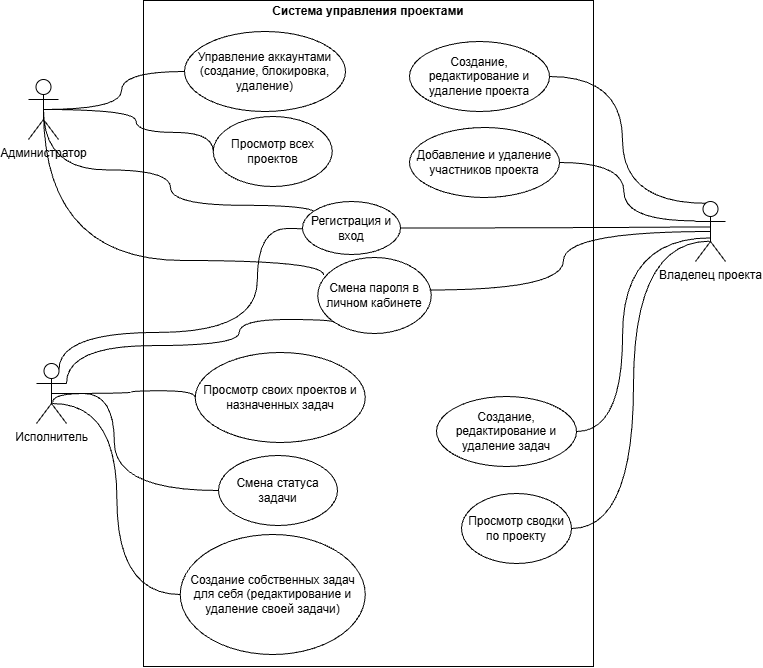
IlyaKirichenko/project-manager keeps this draw.io diagram as Диаграмма прецедентов КП.drawio.png. Above is the earlier version. Source tidied: cells renumbered, new cells last; positions are measured from the earlier drawing's top-left corner, leaving out a move shared by most shapes.
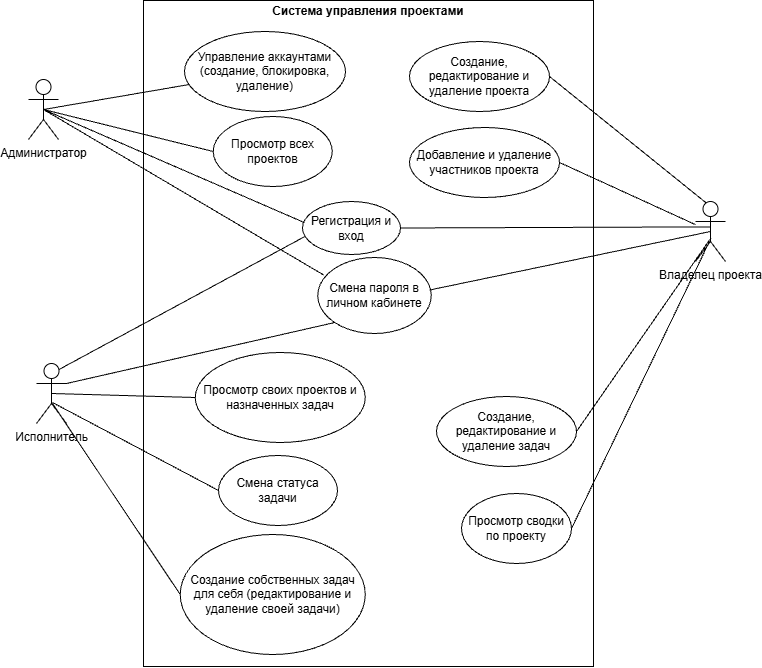
Later version of the same file.

What changed in the source:
```diff
@@ -2,150 +2,96 @@
   <root>
     <mxCell id="0" />
     <mxCell id="1" parent="0" />
-    <mxCell id="2" value="&lt;p style=&quot;margin:0px;margin-top:4px;text-align:center;&quot;&gt;&lt;b&gt;Система управления проектами&lt;/b&gt;&lt;/p&gt;" style="verticalAlign=top;align=left;overflow=fill;html=1;whiteSpace=wrap;strokeColor=default;" parent="1" vertex="1">
+    <mxCell id="2" value="&lt;p style=&quot;margin:0px;margin-top:4px;text-align:center;&quot;&gt;&lt;b&gt;Система управления проектами&lt;/b&gt;&lt;/p&gt;" style="verticalAlign=top;align=left;overflow=fill;html=1;whiteSpace=wrap;labelBackgroundColor=none;" parent="1" vertex="1">
       <mxGeometry x="115" width="450" height="666" as="geometry" />
     </mxCell>
-    <mxCell id="3" style="edgeStyle=orthogonalEdgeStyle;rounded=0;jettySize=auto;html=1;exitX=0.5;exitY=0.5;exitDx=0;exitDy=0;exitPerimeter=0;defaultLabelBackgroundColor=page;labelPadding=0 4;startArrow=none;startFill=0;endArrow=none;endFill=0;curved=1;curveGeometry=1;" parent="1" edge="1" source="7" target="14">
+    <mxCell id="3" style="rounded=0;jettySize=auto;html=1;exitX=0.5;exitY=0.5;exitDx=0;exitDy=0;exitPerimeter=0;defaultLabelBackgroundColor=page;labelPadding=0 4;startArrow=none;startFill=0;endArrow=none;endFill=0;curved=1;curveGeometry=1;fontColor=default;" parent="1" edge="1" source="7" target="14">
       <mxGeometry relative="1" as="geometry" />
     </mxCell>
-    <mxCell id="4" style="edgeStyle=orthogonalEdgeStyle;rounded=0;jettySize=auto;html=1;exitX=0.5;exitY=0.5;exitDx=0;exitDy=0;exitPerimeter=0;entryX=0;entryY=0.5;entryDx=0;entryDy=0;defaultLabelBackgroundColor=page;labelPadding=0 4;curved=1;curveGeometry=1;endArrow=none;endFill=0;" parent="1" edge="1" source="7" target="15">
-      <mxGeometry relative="1" as="geometry">
-        <Array as="points">
-          <mxPoint x="107.4" y="109" />
-          <mxPoint x="107.4" y="131.9" />
-          <mxPoint x="184.8" y="131.9" />
-        </Array>
-      </mxGeometry>
+    <mxCell id="4" style="rounded=0;jettySize=auto;html=1;exitX=0.5;exitY=0.5;exitDx=0;exitDy=0;exitPerimeter=0;entryX=0;entryY=0.5;entryDx=0;entryDy=0;defaultLabelBackgroundColor=page;labelPadding=0 4;curved=1;curveGeometry=1;endArrow=none;endFill=0;fontColor=default;" parent="1" edge="1" source="7" target="15">
+      <mxGeometry relative="1" as="geometry" />
     </mxCell>
-    <mxCell id="5" style="edgeStyle=orthogonalEdgeStyle;rounded=0;jettySize=auto;html=1;exitX=0.5;exitY=0.5;exitDx=0;exitDy=0;exitPerimeter=0;defaultLabelBackgroundColor=page;labelPadding=0 4;endArrow=none;endFill=0;curved=1;curveGeometry=1;entryX=0.018;entryY=0.397;entryDx=0;entryDy=0;entryPerimeter=0;" parent="1" edge="1" source="7" target="28">
-      <mxGeometry relative="1" as="geometry">
-        <Array as="points">
-          <mxPoint x="15" y="169.4" />
-          <mxPoint x="142" y="169.4" />
-          <mxPoint x="142" y="204.8" />
-          <mxPoint x="287.8" y="204.8" />
-        </Array>
-      </mxGeometry>
+    <mxCell id="5" style="rounded=0;jettySize=auto;html=1;exitX=0.5;exitY=0.5;exitDx=0;exitDy=0;exitPerimeter=0;defaultLabelBackgroundColor=page;labelPadding=0 4;endArrow=none;endFill=0;curved=1;curveGeometry=1;entryX=0.018;entryY=0.397;entryDx=0;entryDy=0;entryPerimeter=0;fontColor=default;" parent="1" edge="1" source="7" target="28">
+      <mxGeometry relative="1" as="geometry" />
     </mxCell>
-    <mxCell id="6" style="edgeStyle=orthogonalEdgeStyle;rounded=0;jettySize=auto;html=1;exitX=0.5;exitY=0.5;exitDx=0;exitDy=0;exitPerimeter=0;entryX=0.052;entryY=0.23;entryDx=0;entryDy=0;defaultLabelBackgroundColor=page;labelPadding=0 4;curved=1;curveGeometry=1;endArrow=none;endFill=0;entryPerimeter=0;" parent="1" edge="1" source="7" target="29">
-      <mxGeometry x="0.09" relative="1" as="geometry">
-        <Array as="points">
-          <mxPoint x="15" y="260" />
-          <mxPoint x="295.2" y="260" />
-        </Array>
-      </mxGeometry>
+    <mxCell id="6" style="rounded=0;jettySize=auto;html=1;exitX=0.5;exitY=0.5;exitDx=0;exitDy=0;exitPerimeter=0;entryX=0.052;entryY=0.23;entryDx=0;entryDy=0;defaultLabelBackgroundColor=page;labelPadding=0 4;curved=1;curveGeometry=1;endArrow=none;endFill=0;entryPerimeter=0;fontColor=default;" parent="1" edge="1" source="7" target="29">
+      <mxGeometry x="0.09" relative="1" as="geometry" />
     </mxCell>
-    <mxCell id="7" value="Администратор" style="shape=umlActor;verticalLabelPosition=bottom;verticalAlign=top;html=1;labelPerimeter=1;" parent="1" vertex="1">
+    <mxCell id="7" value="Администратор" style="shape=umlActor;verticalLabelPosition=bottom;verticalAlign=top;html=1;labelPerimeter=1;labelBackgroundColor=none;" parent="1" vertex="1">
       <mxGeometry y="79" width="30" height="60" as="geometry" />
     </mxCell>
-    <mxCell id="8" style="edgeStyle=orthogonalEdgeStyle;rounded=0;jettySize=auto;html=1;exitX=0.373;exitY=0.03;exitDx=0;exitDy=0;exitPerimeter=0;entryX=1;entryY=0.5;entryDx=0;entryDy=0;defaultLabelBackgroundColor=page;labelPadding=0 4;endArrow=none;endFill=0;curved=1;curveGeometry=1;" parent="1" edge="1" source="9" target="16">
+    <mxCell id="8" style="rounded=0;jettySize=auto;html=1;exitX=0.373;exitY=0.03;exitDx=0;exitDy=0;exitPerimeter=0;entryX=1;entryY=0.5;entryDx=0;entryDy=0;defaultLabelBackgroundColor=page;labelPadding=0 4;endArrow=none;endFill=0;curved=1;curveGeometry=1;fontColor=default;" parent="1" edge="1" source="9" target="16">
       <mxGeometry relative="1" as="geometry" />
     </mxCell>
-    <mxCell id="9" value="Владелец проекта" style="shape=umlActor;verticalLabelPosition=bottom;verticalAlign=top;html=1;labelPerimeter=1;" parent="1" vertex="1">
+    <mxCell id="9" value="Владелец проекта" style="shape=umlActor;verticalLabelPosition=bottom;verticalAlign=top;html=1;labelPerimeter=1;labelBackgroundColor=none;" parent="1" vertex="1">
       <mxGeometry x="667" y="201" width="30" height="60" as="geometry" />
     </mxCell>
-    <mxCell id="10" style="edgeStyle=orthogonalEdgeStyle;rounded=0;jettySize=auto;html=1;exitX=0.5;exitY=0.5;exitDx=0;exitDy=0;exitPerimeter=0;entryX=0;entryY=0.5;entryDx=0;entryDy=0;defaultLabelBackgroundColor=page;labelPadding=0 4;endArrow=none;endFill=0;curved=1;curveGeometry=1;" parent="1" edge="1" source="13" target="22">
-      <mxGeometry relative="1" as="geometry">
-        <Array as="points">
-          <mxPoint x="102.4" y="393" />
-          <mxPoint x="102.4" y="390.3" />
-          <mxPoint x="166.8" y="390.3" />
-        </Array>
-      </mxGeometry>
+    <mxCell id="10" style="rounded=0;jettySize=auto;html=1;exitX=0.5;exitY=0.5;exitDx=0;exitDy=0;exitPerimeter=0;entryX=0;entryY=0.5;entryDx=0;entryDy=0;defaultLabelBackgroundColor=page;labelPadding=0 4;endArrow=none;endFill=0;curved=1;curveGeometry=1;fontColor=default;" parent="1" edge="1" source="13" target="22">
+      <mxGeometry relative="1" as="geometry" />
     </mxCell>
-    <mxCell id="11" style="edgeStyle=orthogonalEdgeStyle;rounded=0;jettySize=auto;html=1;exitX=1;exitY=0.3333333333333333;exitDx=0;exitDy=0;exitPerimeter=0;entryX=0;entryY=1;entryDx=0;entryDy=0;defaultLabelBackgroundColor=page;labelPadding=0 4;endArrow=none;endFill=0;curved=1;curveGeometry=1;" parent="1" edge="1" source="13" target="29">
-      <mxGeometry relative="1" as="geometry">
-        <Array as="points">
-          <mxPoint x="38" y="345.1" />
-          <mxPoint x="210.7" y="345.1" />
-          <mxPoint x="210.7" y="319" />
-          <mxPoint x="306.1" y="319" />
-        </Array>
-      </mxGeometry>
+    <mxCell id="11" style="rounded=0;jettySize=auto;html=1;exitX=1;exitY=0.3333333333333333;exitDx=0;exitDy=0;exitPerimeter=0;entryX=0;entryY=1;entryDx=0;entryDy=0;defaultLabelBackgroundColor=page;labelPadding=0 4;endArrow=none;endFill=0;curved=1;curveGeometry=1;fontColor=default;" parent="1" edge="1" source="13" target="29">
+      <mxGeometry relative="1" as="geometry" />
     </mxCell>
-    <mxCell id="12" style="rounded=0;jettySize=auto;html=1;exitX=0.75;exitY=0.1;exitDx=0;exitDy=0;exitPerimeter=0;entryX=0.024;entryY=0.661;entryDx=0;entryDy=0;defaultLabelBackgroundColor=page;labelPadding=0 4;endArrow=none;endFill=0;edgeStyle=orthogonalEdgeStyle;curved=1;curveGeometry=1;entryPerimeter=0;" parent="1" edge="1" source="13" target="28">
-      <mxGeometry x="0.18" relative="1" as="geometry">
-        <Array as="points">
-          <mxPoint x="30.5" y="331.9" />
-          <mxPoint x="228.8" y="331.9" />
-          <mxPoint x="228.8" y="228" />
-          <mxPoint x="288.4" y="228" />
-        </Array>
-      </mxGeometry>
+    <mxCell id="12" style="rounded=0;jettySize=auto;html=1;exitX=0.75;exitY=0.1;exitDx=0;exitDy=0;exitPerimeter=0;entryX=0.024;entryY=0.661;entryDx=0;entryDy=0;defaultLabelBackgroundColor=page;labelPadding=0 4;endArrow=none;endFill=0;curved=1;curveGeometry=1;entryPerimeter=0;fontColor=default;" parent="1" edge="1" source="13" target="28">
+      <mxGeometry x="0.18" relative="1" as="geometry" />
     </mxCell>
-    <mxCell id="13" value="Исполнитель" style="shape=umlActor;verticalLabelPosition=bottom;verticalAlign=top;html=1;labelPerimeter=1;" parent="1" vertex="1">
+    <mxCell id="13" value="Исполнитель" style="shape=umlActor;verticalLabelPosition=bottom;verticalAlign=top;html=1;labelPerimeter=1;labelBackgroundColor=none;" parent="1" vertex="1">
       <mxGeometry x="8" y="363" width="30" height="60" as="geometry" />
     </mxCell>
-    <mxCell id="14" value="Управление аккаунтами (создание, блокировка, удаление)" style="ellipse;whiteSpace=wrap;html=1;" parent="1" vertex="1">
+    <mxCell id="14" value="Управление аккаунтами (создание, блокировка, удаление)" style="ellipse;whiteSpace=wrap;html=1;labelBackgroundColor=none;" parent="1" vertex="1">
       <mxGeometry x="156" y="31" width="161" height="80" as="geometry" />
     </mxCell>
-    <mxCell id="15" value="Просмотр всех проектов" style="ellipse;whiteSpace=wrap;html=1;" parent="1" vertex="1">
+    <mxCell id="15" value="Просмотр всех проектов" style="ellipse;whiteSpace=wrap;html=1;labelBackgroundColor=none;" parent="1" vertex="1">
       <mxGeometry x="184.8" y="116" width="119" height="70" as="geometry" />
     </mxCell>
-    <mxCell id="16" value="Создание, редактирование и удаление проекта" style="ellipse;whiteSpace=wrap;html=1;" parent="1" vertex="1">
+    <mxCell id="16" value="Создание, редактирование и удаление проекта" style="ellipse;whiteSpace=wrap;html=1;labelBackgroundColor=none;" parent="1" vertex="1">
       <mxGeometry x="381" y="41" width="140" height="70" as="geometry" />
     </mxCell>
-    <mxCell id="17" style="edgeStyle=orthogonalEdgeStyle;rounded=0;jettySize=auto;html=1;entryX=1;entryY=0.5;entryDx=0;entryDy=0;defaultLabelBackgroundColor=page;labelPadding=0 4;endArrow=none;endFill=0;curved=1;curveGeometry=1;" parent="1" edge="1" source="9" target="18">
-      <mxGeometry relative="1" as="geometry">
-        <Array as="points">
-          <mxPoint x="595.4" y="220.4" />
-          <mxPoint x="595.4" y="162" />
-        </Array>
-      </mxGeometry>
+    <mxCell id="17" style="rounded=0;jettySize=auto;html=1;entryX=1;entryY=0.5;entryDx=0;entryDy=0;defaultLabelBackgroundColor=page;labelPadding=0 4;endArrow=none;endFill=0;curved=1;curveGeometry=1;fontColor=default;" parent="1" edge="1" source="9" target="18">
+      <mxGeometry relative="1" as="geometry" />
     </mxCell>
-    <mxCell id="18" value="Добавление и удаление участников проекта" style="ellipse;whiteSpace=wrap;html=1;" parent="1" vertex="1">
+    <mxCell id="18" value="Добавление и удаление участников проекта" style="ellipse;whiteSpace=wrap;html=1;labelBackgroundColor=none;" parent="1" vertex="1">
       <mxGeometry x="381" y="127" width="150" height="70" as="geometry" />
     </mxCell>
-    <mxCell id="19" value="Создание, редактирование и удаление задач" style="ellipse;whiteSpace=wrap;html=1;" parent="1" vertex="1">
+    <mxCell id="19" value="Создание, редактирование и удаление задач" style="ellipse;whiteSpace=wrap;html=1;labelBackgroundColor=none;" parent="1" vertex="1">
       <mxGeometry x="408" y="396" width="140" height="70" as="geometry" />
     </mxCell>
-    <mxCell id="20" style="edgeStyle=orthogonalEdgeStyle;rounded=0;jettySize=auto;html=1;exitX=0.469;exitY=0.662;exitDx=0;exitDy=0;exitPerimeter=0;entryX=1;entryY=0.5;entryDx=0;entryDy=0;defaultLabelBackgroundColor=page;labelPadding=0 4;endArrow=none;endFill=0;curved=1;curveGeometry=1;" parent="1" edge="1" source="9" target="21">
+    <mxCell id="20" style="rounded=0;jettySize=auto;html=1;exitX=0.469;exitY=0.662;exitDx=0;exitDy=0;exitPerimeter=0;entryX=1;entryY=0.5;entryDx=0;entryDy=0;defaultLabelBackgroundColor=page;labelPadding=0 4;endArrow=none;endFill=0;curved=1;curveGeometry=1;fontColor=default;" parent="1" edge="1" source="9" target="21">
       <mxGeometry relative="1" as="geometry" />
     </mxCell>
-    <mxCell id="21" value="Просмотр сводки по проекту" style="ellipse;whiteSpace=wrap;html=1;" parent="1" vertex="1">
+    <mxCell id="21" value="Просмотр сводки по проекту" style="ellipse;whiteSpace=wrap;html=1;labelBackgroundColor=none;" parent="1" vertex="1">
       <mxGeometry x="433" y="493" width="110" height="70" as="geometry" />
     </mxCell>
-    <mxCell id="22" value="Просмотр своих проектов и назначенных задач" style="ellipse;whiteSpace=wrap;html=1;" parent="1" vertex="1">
+    <mxCell id="22" value="Просмотр своих проектов и назначенных задач" style="ellipse;whiteSpace=wrap;html=1;labelBackgroundColor=none;" parent="1" vertex="1">
       <mxGeometry x="166.8" y="352" width="170" height="90" as="geometry" />
     </mxCell>
-    <mxCell id="23" style="edgeStyle=orthogonalEdgeStyle;rounded=0;jettySize=auto;html=1;exitX=0.533;exitY=0.65;exitDx=0;exitDy=0;exitPerimeter=0;entryX=0;entryY=0.5;entryDx=0;entryDy=0;defaultLabelBackgroundColor=page;labelPadding=0 4;endArrow=none;endFill=0;curved=1;curveGeometry=1;" parent="1" edge="1" source="13" target="24">
-      <mxGeometry relative="1" as="geometry">
-        <Array as="points">
-          <mxPoint x="23" y="393" />
-          <mxPoint x="85.8" y="393" />
-          <mxPoint x="85.8" y="368" />
-        </Array>
-      </mxGeometry>
+    <mxCell id="23" style="rounded=0;jettySize=auto;html=1;exitX=0.533;exitY=0.65;exitDx=0;exitDy=0;exitPerimeter=0;entryX=0;entryY=0.5;entryDx=0;entryDy=0;defaultLabelBackgroundColor=page;labelPadding=0 4;endArrow=none;endFill=0;curved=1;curveGeometry=1;fontColor=default;" parent="1" edge="1" source="13" target="24">
+      <mxGeometry relative="1" as="geometry" />
     </mxCell>
-    <mxCell id="24" value="Смена статуса задачи" style="ellipse;whiteSpace=wrap;html=1;" parent="1" vertex="1">
+    <mxCell id="24" value="Смена статуса задачи" style="ellipse;whiteSpace=wrap;html=1;labelBackgroundColor=none;" parent="1" vertex="1">
       <mxGeometry x="190" y="455" width="119" height="70" as="geometry" />
     </mxCell>
-    <mxCell id="25" style="edgeStyle=orthogonalEdgeStyle;rounded=0;jettySize=auto;html=1;entryX=0;entryY=0.5;entryDx=0;entryDy=0;defaultLabelBackgroundColor=page;labelPadding=0 4;endArrow=none;endFill=0;curved=1;curveGeometry=1;" parent="1" edge="1" target="26">
+    <mxCell id="25" style="rounded=0;jettySize=auto;html=1;entryX=0;entryY=0.5;entryDx=0;entryDy=0;defaultLabelBackgroundColor=page;labelPadding=0 4;endArrow=none;endFill=0;curved=1;curveGeometry=1;fontColor=default;" parent="1" edge="1" target="26">
       <mxGeometry relative="1" as="geometry">
         <mxPoint x="24" y="403" as="sourcePoint" />
       </mxGeometry>
     </mxCell>
-    <mxCell id="26" value="Создание собственных задач для себя (редактирование и удаление своей задачи)" style="ellipse;whiteSpace=wrap;html=1;" parent="1" vertex="1">
+    <mxCell id="26" value="Создание собственных задач для себя (редактирование и удаление своей задачи)" style="ellipse;whiteSpace=wrap;html=1;labelBackgroundColor=none;" parent="1" vertex="1">
       <mxGeometry x="151.8" y="534" width="185" height="120" as="geometry" />
     </mxCell>
-    <mxCell id="27" style="edgeStyle=orthogonalEdgeStyle;rounded=0;jettySize=auto;html=1;exitX=1;exitY=0.5;exitDx=0;exitDy=0;entryX=0.517;entryY=0.606;entryDx=0;entryDy=0;entryPerimeter=0;defaultLabelBackgroundColor=page;labelPadding=0 4;curved=1;curveGeometry=1;endArrow=none;endFill=0;" parent="1" edge="1" source="19" target="9">
-      <mxGeometry relative="1" as="geometry">
-        <Array as="points">
-          <mxPoint x="594.1" y="431" />
-          <mxPoint x="594.1" y="237.4" />
-        </Array>
-      </mxGeometry>
+    <mxCell id="27" style="rounded=0;jettySize=auto;html=1;exitX=1;exitY=0.5;exitDx=0;exitDy=0;entryX=0.517;entryY=0.606;entryDx=0;entryDy=0;entryPerimeter=0;defaultLabelBackgroundColor=page;labelPadding=0 4;curved=1;curveGeometry=1;endArrow=none;endFill=0;fontColor=default;" parent="1" edge="1" source="19" target="9">
+      <mxGeometry relative="1" as="geometry" />
     </mxCell>
-    <mxCell id="28" value="Регистрация и вход" style="ellipse;whiteSpace=wrap;html=1;" parent="1" vertex="1">
+    <mxCell id="28" value="Регистрация и вход" style="ellipse;whiteSpace=wrap;html=1;labelBackgroundColor=none;" parent="1" vertex="1">
       <mxGeometry x="274" y="201" width="98" height="53" as="geometry" />
     </mxCell>
-    <mxCell id="29" value="Смена пароля в личном кабинете" style="ellipse;whiteSpace=wrap;html=1;" parent="1" vertex="1">
+    <mxCell id="29" value="Смена пароля в личном кабинете" style="ellipse;whiteSpace=wrap;html=1;labelBackgroundColor=none;" parent="1" vertex="1">
       <mxGeometry x="289.2" y="257" width="113.5" height="76" as="geometry" />
     </mxCell>
-    <mxCell id="30" style="edgeStyle=orthogonalEdgeStyle;rounded=0;jettySize=auto;html=1;exitX=1;exitY=0.5;exitDx=0;exitDy=0;entryX=0.486;entryY=0.423;entryDx=0;entryDy=0;entryPerimeter=0;defaultLabelBackgroundColor=page;labelPadding=0 4;endArrow=none;endFill=0;curved=1;curveGeometry=1;" parent="1" edge="1" source="28" target="9">
+    <mxCell id="30" style="rounded=0;jettySize=auto;html=1;exitX=1;exitY=0.5;exitDx=0;exitDy=0;entryX=0.486;entryY=0.423;entryDx=0;entryDy=0;entryPerimeter=0;defaultLabelBackgroundColor=page;labelPadding=0 4;endArrow=none;endFill=0;curved=1;curveGeometry=1;fontColor=default;" parent="1" edge="1" source="28" target="9">
       <mxGeometry relative="1" as="geometry" />
     </mxCell>
-    <mxCell id="31" style="edgeStyle=orthogonalEdgeStyle;rounded=0;jettySize=auto;html=1;exitX=0.5;exitY=0.5;exitDx=0;exitDy=0;exitPerimeter=0;entryX=0.985;entryY=0.428;entryDx=0;entryDy=0;entryPerimeter=0;defaultLabelBackgroundColor=page;labelPadding=0 4;curved=1;curveGeometry=1;endArrow=none;endFill=0;" parent="1" edge="1" source="9" target="29">
+    <mxCell id="31" style="rounded=0;jettySize=auto;html=1;exitX=0.5;exitY=0.5;exitDx=0;exitDy=0;exitPerimeter=0;entryX=0.985;entryY=0.428;entryDx=0;entryDy=0;entryPerimeter=0;defaultLabelBackgroundColor=page;labelPadding=0 4;curved=1;curveGeometry=1;endArrow=none;endFill=0;fontColor=default;" parent="1" edge="1" source="9" target="29">
       <mxGeometry relative="1" as="geometry" />
     </mxCell>
   </root>
```
